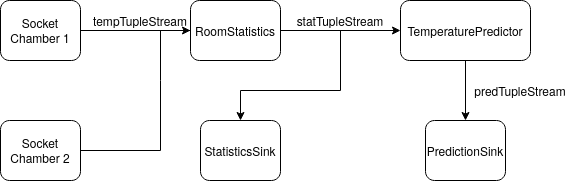
cablan/thesis keeps this draw.io diagram as docs/images/chapter3/coolAnalystApp.png. Above is the earlier version. Source tidied: cells renumbered, new cells last; positions are measured from the earlier drawing's top-left corner, leaving out a move shared by most shapes.
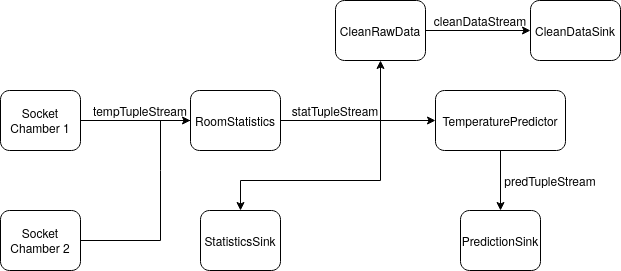
After the change.

The edit, as a diff of the source:
```diff
@@ -12,13 +12,13 @@
       <mxGeometry x="190" width="90" height="60" as="geometry" />
     </mxCell>
     <mxCell id="5" value="TemperaturePredictor" style="rounded=1;whiteSpace=wrap;html=1;" parent="1" vertex="1">
-      <mxGeometry x="400" width="130" height="60" as="geometry" />
+      <mxGeometry x="435" width="130" height="60" as="geometry" />
     </mxCell>
     <mxCell id="6" value="StatisticsSink" style="rounded=1;whiteSpace=wrap;html=1;" parent="1" vertex="1">
       <mxGeometry x="200" y="120" width="80" height="60" as="geometry" />
     </mxCell>
     <mxCell id="7" value="PredictionSink" style="rounded=1;whiteSpace=wrap;html=1;" parent="1" vertex="1">
-      <mxGeometry x="425" y="120" width="80" height="60" as="geometry" />
+      <mxGeometry x="460" y="120" width="80" height="60" as="geometry" />
     </mxCell>
     <mxCell id="8" style="endArrow=classic;html=1;exitX=1;exitY=0.5;exitDx=0;exitDy=0;entryX=0;entryY=0.5;entryDx=0;entryDy=0;" parent="1" edge="1" source="2" target="4">
       <mxGeometry relative="1" as="geometry" />
@@ -38,8 +38,8 @@
     <mxCell id="11" style="endArrow=classic;html=1;exitX=1;exitY=0.5;exitDx=0;exitDy=0;entryX=0.5;entryY=0;entryDx=0;entryDy=0;rounded=0;" parent="1" edge="1" source="4" target="6">
       <mxGeometry relative="1" as="geometry">
         <Array as="points">
-          <mxPoint x="340" y="30" />
-          <mxPoint x="340" y="90" />
+          <mxPoint x="380" y="30" />
+          <mxPoint x="380" y="90" />
           <mxPoint x="240" y="90" />
         </Array>
       </mxGeometry>
@@ -51,10 +51,29 @@
       <mxGeometry x="120" y="10" width="40" height="20" as="geometry" />
     </mxCell>
     <mxCell id="14" value="statTupleStream" style="text;html=1;strokeColor=none;fillColor=none;align=center;verticalAlign=middle;whiteSpace=wrap;rounded=0;" parent="1" vertex="1">
-      <mxGeometry x="320" y="10" width="40" height="20" as="geometry" />
+      <mxGeometry x="315" y="10" width="40" height="20" as="geometry" />
     </mxCell>
     <mxCell id="15" value="predTupleStream" style="text;html=1;strokeColor=none;fillColor=none;align=center;verticalAlign=middle;whiteSpace=wrap;rounded=0;" parent="1" vertex="1">
-      <mxGeometry x="500" y="80" width="40" height="20" as="geometry" />
+      <mxGeometry x="530" y="80" width="40" height="20" as="geometry" />
     </mxCell>
+    <mxCell id="16" value="CleanRawData" style="rounded=1;whiteSpace=wrap;html=1;" parent="1" vertex="1">
+      <mxGeometry x="335" y="-90" width="90" height="60" as="geometry" />
+    </mxCell>
+    <mxCell id="17" value="CleanDataSink" style="rounded=1;whiteSpace=wrap;html=1;" parent="1" vertex="1">
+      <mxGeometry x="530" y="-90" width="90" height="60" as="geometry" />
+    </mxCell>
+    <mxCell id="18" style="endArrow=classic;html=1;exitX=1;exitY=0.5;exitDx=0;exitDy=0;entryX=0.5;entryY=1;entryDx=0;entryDy=0;rounded=0;" parent="1" edge="1" source="4" target="16">
+      <mxGeometry relative="1" as="geometry">
+        <Array as="points">
+          <mxPoint x="380" y="30" />
+        </Array>
+      </mxGeometry>
+    </mxCell>
+    <mxCell id="19" style="endArrow=classic;html=1;exitX=1;exitY=0.5;exitDx=0;exitDy=0;entryX=0;entryY=0.5;entryDx=0;entryDy=0;" parent="1" edge="1" source="16" target="17">
+      <mxGeometry relative="1" as="geometry" />
+    </mxCell>
+    <mxCell id="20" value="cleanDataStream" style="text;html=1;strokeColor=none;fillColor=none;align=center;verticalAlign=middle;whiteSpace=wrap;rounded=0;" parent="1" vertex="1">
+      <mxGeometry x="460" y="-80" width="40" height="20" as="geometry" />
+    </mxCell>
   </root>
 </mxGraphModel>
```
